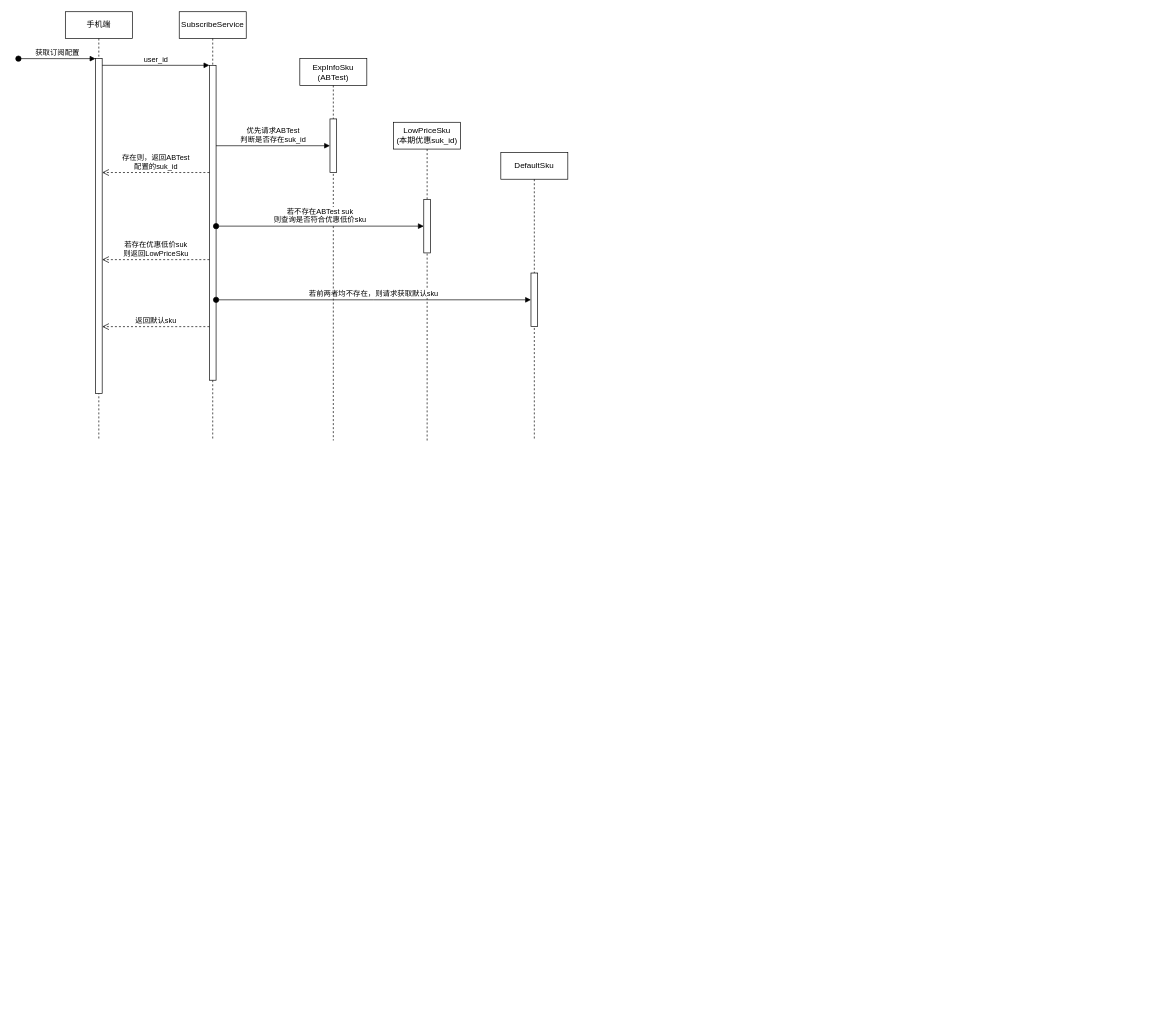
This is 下发sukid设计图.drawio from milletzhu/datasource, a draw.io file, before an edit. Source tidied: cells renumbered, new cells numbered last; positions are measured from the earlier drawing's top-left corner, leaving out a move shared by most shapes. Both pictures are drawn from the tidied source at 67%, with x=0, y=0 at pixel (18, 11).
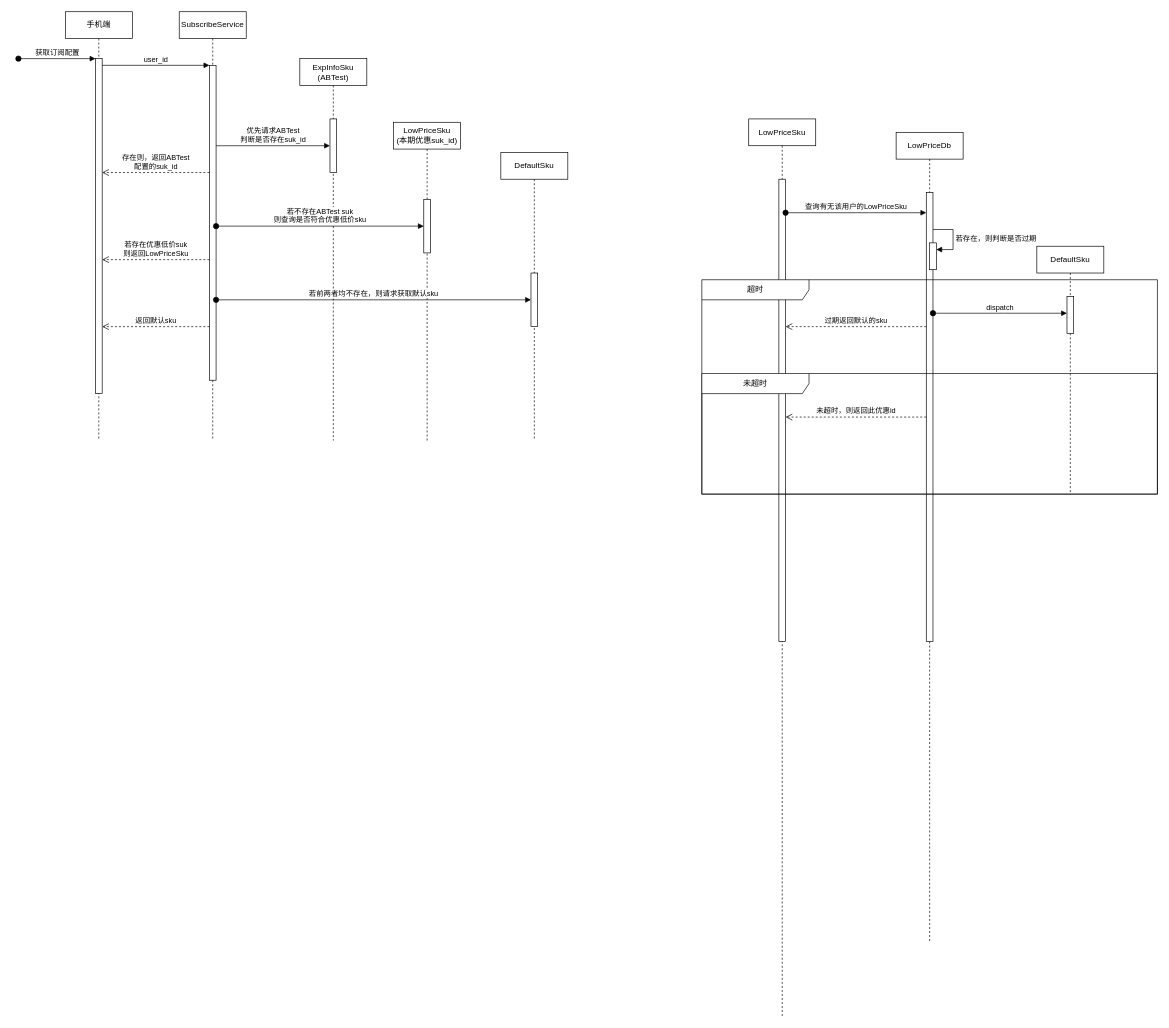
After the change.

Commit message (it also covers changes not shown here):
更新下发sukid设计图.drawio

The edit, as a diff of the source:
```diff
@@
+    <mxCell id="20" value="LowPriceSku" style="shape=umlLifeline;perimeter=lifelinePerimeter;whiteSpace=wrap;html=1;newEdgeStyle={&quot;edgeStyle&quot;:&quot;elbowEdgeStyle&quot;,&quot;elbow&quot;:&quot;vertical&quot;,&quot;curved&quot;:0,&quot;rounded&quot;:0};" parent="1" vertex="1">
+      <mxGeometry x="1090" y="160" width="100" height="1340" as="geometry" />
+    </mxCell>
+    <mxCell id="21" style="html=1;points=[];perimeter=orthogonalPerimeter;outlineConnect=0;targetShapes=umlLifeline;portConstraint=eastwest;newEdgeStyle={&quot;edgeStyle&quot;:&quot;elbowEdgeStyle&quot;,&quot;elbow&quot;:&quot;vertical&quot;,&quot;curved&quot;:0,&quot;rounded&quot;:0};" parent="20" vertex="1">
+      <mxGeometry x="45" y="90" width="10" height="690" as="geometry" />
+    </mxCell>
+    <mxCell id="22" value="LowPriceDb" style="shape=umlLifeline;perimeter=lifelinePerimeter;whiteSpace=wrap;html=1;newEdgeStyle={&quot;edgeStyle&quot;:&quot;elbowEdgeStyle&quot;,&quot;elbow&quot;:&quot;vertical&quot;,&quot;curved&quot;:0,&quot;rounded&quot;:0};" parent="1" vertex="1">
+      <mxGeometry x="1310" y="180" width="100" height="1210" as="geometry" />
+    </mxCell>
+    <mxCell id="23" style="html=1;points=[];perimeter=orthogonalPerimeter;outlineConnect=0;targetShapes=umlLifeline;portConstraint=eastwest;newEdgeStyle={&quot;edgeStyle&quot;:&quot;elbowEdgeStyle&quot;,&quot;elbow&quot;:&quot;vertical&quot;,&quot;curved&quot;:0,&quot;rounded&quot;:0};" parent="22" vertex="1">
+      <mxGeometry x="45" y="90" width="10" height="670" as="geometry" />
+    </mxCell>
+    <mxCell id="24" style="html=1;points=[];perimeter=orthogonalPerimeter;outlineConnect=0;targetShapes=umlLifeline;portConstraint=eastwest;newEdgeStyle={&quot;edgeStyle&quot;:&quot;elbowEdgeStyle&quot;,&quot;elbow&quot;:&quot;vertical&quot;,&quot;curved&quot;:0,&quot;rounded&quot;:0};" parent="22" vertex="1">
+      <mxGeometry x="50" y="165" width="10" height="40" as="geometry" />
+    </mxCell>
+    <mxCell id="25" value="若存在，则判断是否过期" style="html=1;align=left;spacingLeft=2;endArrow=block;rounded=0;edgeStyle=orthogonalEdgeStyle;curved=0;rounded=0;" parent="22" edge="1" target="24">
+      <mxGeometry relative="1" as="geometry">
+        <mxPoint x="55" y="145" as="sourcePoint" />
+        <Array as="points">
+          <mxPoint x="85" y="175" />
+        </Array>
+      </mxGeometry>
+    </mxCell>
+    <mxCell id="26" value="查询有无该用户的LowPriceSku" style="html=1;verticalAlign=bottom;startArrow=oval;endArrow=block;startSize=8;edgeStyle=elbowEdgeStyle;elbow=vertical;curved=0;rounded=0;" parent="1" edge="1" source="21" target="23">
+      <mxGeometry relative="1" as="geometry">
+        <Array as="points">
+          <mxPoint x="1270" y="300" />
+        </Array>
+      </mxGeometry>
+    </mxCell>
+    <mxCell id="27" value="DefaultSku" style="shape=umlLifeline;perimeter=lifelinePerimeter;whiteSpace=wrap;html=1;newEdgeStyle={&quot;edgeStyle&quot;:&quot;elbowEdgeStyle&quot;,&quot;elbow&quot;:&quot;vertical&quot;,&quot;curved&quot;:0,&quot;rounded&quot;:0};" parent="1" vertex="1">
+      <mxGeometry x="1520" y="350" width="100" height="370" as="geometry" />
+    </mxCell>
+    <mxCell id="28" style="html=1;points=[];perimeter=orthogonalPerimeter;outlineConnect=0;targetShapes=umlLifeline;portConstraint=eastwest;newEdgeStyle={&quot;edgeStyle&quot;:&quot;elbowEdgeStyle&quot;,&quot;elbow&quot;:&quot;vertical&quot;,&quot;curved&quot;:0,&quot;rounded&quot;:0};" parent="27" vertex="1">
+      <mxGeometry x="45" y="75" width="10" height="55" as="geometry" />
+    </mxCell>
+    <mxCell id="29" value="dispatch" style="html=1;verticalAlign=bottom;startArrow=oval;endArrow=block;startSize=8;edgeStyle=elbowEdgeStyle;elbow=vertical;curved=0;rounded=0;" parent="1" edge="1" source="23" target="28">
+      <mxGeometry relative="1" as="geometry">
+        <Array as="points">
+          <mxPoint x="1470" y="450" />
+        </Array>
+      </mxGeometry>
+    </mxCell>
+    <mxCell id="30" value="过期返回默认的sku" style="html=1;verticalAlign=bottom;endArrow=open;dashed=1;endSize=8;edgeStyle=elbowEdgeStyle;elbow=vertical;curved=0;rounded=0;" parent="1" edge="1" source="23" target="21">
+      <mxGeometry relative="1" as="geometry">
+        <Array as="points">
+          <mxPoint x="1260" y="470" />
+        </Array>
+      </mxGeometry>
+    </mxCell>
+    <mxCell id="31" value="超时" style="shape=umlFrame;whiteSpace=wrap;html=1;width=160;" parent="1" vertex="1">
+      <mxGeometry x="1020" y="400" width="680" height="320" as="geometry" />
+    </mxCell>
+    <mxCell id="32" value="未超时" style="shape=umlFrame;whiteSpace=wrap;html=1;width=160;" parent="31" vertex="1">
+      <mxGeometry y="140" width="680" height="180" as="geometry" />
+    </mxCell>
+    <mxCell id="33" value="未超时，则返回此优惠id" style="html=1;verticalAlign=bottom;endArrow=open;dashed=1;endSize=8;edgeStyle=elbowEdgeStyle;elbow=vertical;curved=0;rounded=0;" parent="1" edge="1" source="23" target="21">
+      <mxGeometry relative="1" as="geometry" />
+    </mxCell>
```
